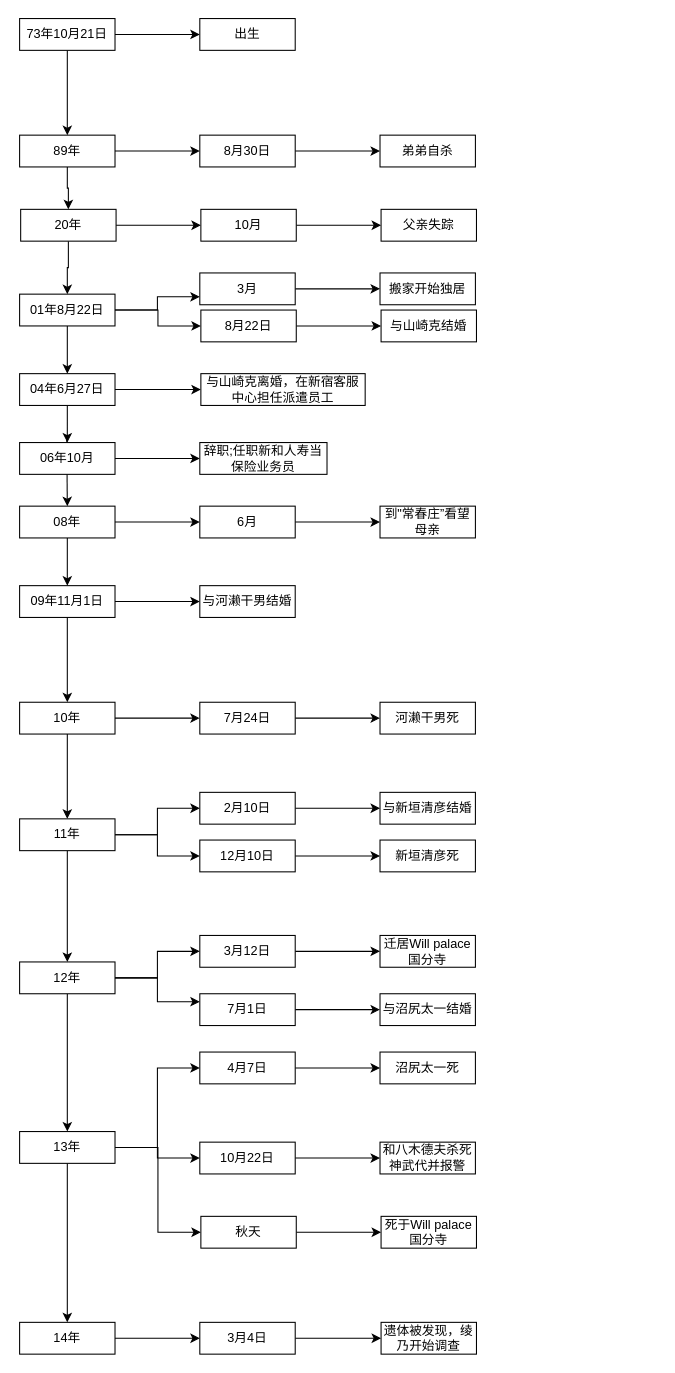
Earlier version of the draw.io diagram 绝叫/《绝叫》时间线.drawio (adangran/diagrams). Source tidied: cells renumbered, new cells numbered last; positions are measured from the earlier drawing's top-left corner, leaving out a move shared by most shapes. Both pictures are drawn from the tidied source at 106%, with x=0, y=0 at pixel (19, 18).
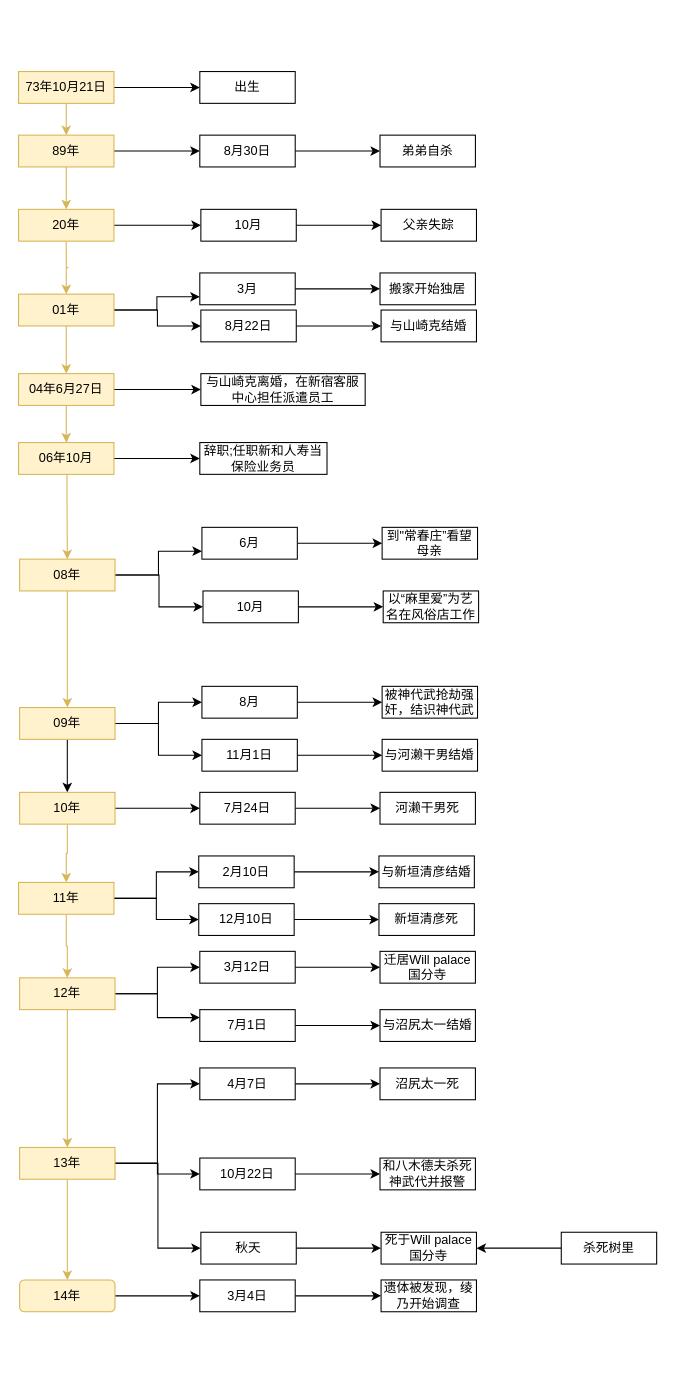
The same diagram, later.

Diff of the diagram source:
```diff
@@
-    <mxCell id="3" style="edgeStyle=orthogonalEdgeStyle;rounded=0;jettySize=auto;html=1;" parent="1" edge="1" source="4" target="77">
+    <mxCell id="3" style="edgeStyle=orthogonalEdgeStyle;rounded=0;jettySize=auto;html=1;fillColor=#fff2cc;strokeColor=#d6b656;sketch=0;" parent="1" edge="1" source="4" target="77">
       <mxGeometry relative="1" as="geometry" />
     </mxCell>
-    <mxCell id="4" value="73年10月21日" style="rounded=0;whiteSpace=wrap;html=1;" parent="1" vertex="1">
-      <mxGeometry width="90" height="30" as="geometry" />
+    <mxCell id="4" value="73年10月21日" style="rounded=0;whiteSpace=wrap;html=1;fillColor=#fff2cc;strokeColor=#d6b656;sketch=0;" parent="1" vertex="1">
+      <mxGeometry x="-1" y="50" width="90" height="30" as="geometry" />
     </mxCell>
     <mxCell id="5" value="出生" style="rounded=0;whiteSpace=wrap;html=1;" parent="1" vertex="1">
-      <mxGeometry x="170" width="90" height="30" as="geometry" />
+      <mxGeometry x="170" y="50" width="90" height="30" as="geometry" />
     </mxCell>
@@
-    <mxCell id="7" style="edgeStyle=orthogonalEdgeStyle;rounded=0;jettySize=auto;html=1;exitX=0.5;exitY=1;exitDx=0;exitDy=0;" parent="1" edge="1" source="9" target="15">
+    <mxCell id="7" style="edgeStyle=orthogonalEdgeStyle;rounded=0;jettySize=auto;html=1;exitX=0.5;exitY=1;exitDx=0;exitDy=0;fillColor=#fff2cc;strokeColor=#d6b656;sketch=0;" parent="1" edge="1" source="9" target="15">
       <mxGeometry relative="1" as="geometry" />
     </mxCell>
@@
-    <mxCell id="9" value="01年8月22日" style="rounded=0;whiteSpace=wrap;html=1;" parent="1" vertex="1">
-      <mxGeometry y="260" width="90" height="30" as="geometry" />
+    <mxCell id="9" value="01年" style="rounded=0;whiteSpace=wrap;html=1;fillColor=#fff2cc;strokeColor=#d6b656;sketch=0;" parent="1" vertex="1">
+      <mxGeometry x="-1" y="260" width="90" height="30" as="geometry" />
     </mxCell>
@@
-    <mxCell id="13" style="edgeStyle=orthogonalEdgeStyle;rounded=0;jettySize=auto;html=1;exitX=0.5;exitY=1;exitDx=0;exitDy=0;entryX=0.5;entryY=0;entryDx=0;entryDy=0;" parent="1" edge="1" target="68">
+    <mxCell id="13" style="edgeStyle=orthogonalEdgeStyle;rounded=0;jettySize=auto;html=1;exitX=0.5;exitY=1;exitDx=0;exitDy=0;entryX=0.5;entryY=0;entryDx=0;entryDy=0;fillColor=#fff2cc;strokeColor=#d6b656;sketch=0;" parent="1" edge="1" target="68">
       <mxGeometry relative="1" as="geometry">
         <mxPoint x="44.5" y="395" as="sourcePoint" />
       </mxGeometry>
     </mxCell>
-    <mxCell id="14" style="edgeStyle=orthogonalEdgeStyle;rounded=0;jettySize=auto;html=1;exitX=0.5;exitY=1;exitDx=0;exitDy=0;" parent="1" edge="1" source="15" target="64">
+    <mxCell id="14" style="edgeStyle=orthogonalEdgeStyle;rounded=0;jettySize=auto;html=1;exitX=0.5;exitY=1;exitDx=0;exitDy=0;fillColor=#fff2cc;strokeColor=#d6b656;sketch=0;" parent="1" edge="1" source="15" target="64">
       <mxGeometry relative="1" as="geometry" />
     </mxCell>
-    <mxCell id="15" value="04年6月27日" style="rounded=0;whiteSpace=wrap;html=1;" parent="1" vertex="1">
-      <mxGeometry y="335" width="90" height="30" as="geometry" />
+    <mxCell id="15" value="04年6月27日" style="rounded=0;whiteSpace=wrap;html=1;fillColor=#fff2cc;strokeColor=#d6b656;sketch=0;" parent="1" vertex="1">
+      <mxGeometry x="-1" y="335" width="90" height="30" as="geometry" />
     </mxCell>
@@
+    <mxCell id="18" style="edgeStyle=orthogonalEdgeStyle;rounded=0;sketch=0;jettySize=auto;html=1;exitX=0.5;exitY=1;exitDx=0;exitDy=0;entryX=0.5;entryY=0;entryDx=0;entryDy=0;startArrow=none;startFill=0;" parent="1" edge="1" source="19" target="23">
+      <mxGeometry relative="1" as="geometry" />
+    </mxCell>
+    <mxCell id="91" style="edgeStyle=orthogonalEdgeStyle;rounded=0;sketch=0;jettySize=auto;html=1;exitX=1;exitY=0.5;exitDx=0;exitDy=0;startArrow=none;startFill=0;" parent="1" edge="1" source="19" target="101">
+      <mxGeometry relative="1" as="geometry" />
+    </mxCell>
-    <mxCell id="17" style="edgeStyle=orthogonalEdgeStyle;rounded=0;jettySize=auto;html=1;" parent="1" edge="1" source="19" target="20">
+    <mxCell id="17" style="edgeStyle=orthogonalEdgeStyle;rounded=0;sketch=0;jettySize=auto;html=1;exitX=1;exitY=0.5;exitDx=0;exitDy=0;entryX=0;entryY=0.5;entryDx=0;entryDy=0;startArrow=none;startFill=0;" parent="1" edge="1" source="19" target="20">
       <mxGeometry relative="1" as="geometry" />
     </mxCell>
-    <mxCell id="18" style="edgeStyle=orthogonalEdgeStyle;rounded=0;jettySize=auto;html=1;" parent="1" edge="1" source="19" target="23">
-      <mxGeometry relative="1" as="geometry" />
-    </mxCell>
-    <mxCell id="19" value="09年11月1日" style="rounded=0;whiteSpace=wrap;html=1;" parent="1" vertex="1">
-      <mxGeometry y="535" width="90" height="30" as="geometry" />
+    <mxCell id="19" value="09年" style="rounded=0;whiteSpace=wrap;html=1;fillColor=#fff2cc;strokeColor=#d6b656;sketch=0;" parent="1" vertex="1">
+      <mxGeometry y="650" width="90" height="30" as="geometry" />
     </mxCell>
+    <mxCell id="92" style="edgeStyle=orthogonalEdgeStyle;rounded=0;sketch=0;jettySize=auto;html=1;startArrow=none;startFill=0;" parent="1" edge="1" source="20" target="98">
+      <mxGeometry relative="1" as="geometry" />
+    </mxCell>
-    <mxCell id="20" value="与河濑干男结婚" style="rounded=0;whiteSpace=wrap;html=1;" parent="1" vertex="1">
-      <mxGeometry x="170" y="535" width="90" height="30" as="geometry" />
+    <mxCell id="20" value="11月1日" style="rounded=0;whiteSpace=wrap;html=1;" parent="1" vertex="1">
+      <mxGeometry x="172" y="680" width="90" height="30" as="geometry" />
     </mxCell>
@@
-    <mxCell id="22" style="edgeStyle=orthogonalEdgeStyle;rounded=0;jettySize=auto;html=1;" parent="1" edge="1" source="23" target="30">
+    <mxCell id="22" style="edgeStyle=orthogonalEdgeStyle;rounded=0;jettySize=auto;html=1;fillColor=#fff2cc;strokeColor=#d6b656;sketch=0;" parent="1" edge="1" source="23" target="30">
       <mxGeometry relative="1" as="geometry" />
     </mxCell>
-    <mxCell id="23" value="10年" style="rounded=0;whiteSpace=wrap;html=1;" parent="1" vertex="1">
-      <mxGeometry y="645" width="90" height="30" as="geometry" />
+    <mxCell id="23" value="10年" style="rounded=0;whiteSpace=wrap;html=1;fillColor=#fff2cc;strokeColor=#d6b656;sketch=0;" parent="1" vertex="1">
+      <mxGeometry y="730" width="90" height="30" as="geometry" />
     </mxCell>
@@
     <mxCell id="25" value="7月24日" style="rounded=0;whiteSpace=wrap;html=1;" parent="1" vertex="1">
-      <mxGeometry x="170" y="645" width="90" height="30" as="geometry" />
+      <mxGeometry x="170" y="730" width="90" height="30" as="geometry" />
     </mxCell>
     <mxCell id="26" value="河濑干男死" style="rounded=0;whiteSpace=wrap;html=1;" parent="1" vertex="1">
-      <mxGeometry x="340" y="645" width="90" height="30" as="geometry" />
+      <mxGeometry x="340" y="730" width="90" height="30" as="geometry" />
     </mxCell>
@@
-    <mxCell id="29" style="edgeStyle=orthogonalEdgeStyle;rounded=0;jettySize=auto;html=1;" parent="1" edge="1" source="30" target="40">
+    <mxCell id="29" style="edgeStyle=orthogonalEdgeStyle;rounded=0;jettySize=auto;html=1;fillColor=#fff2cc;strokeColor=#d6b656;sketch=0;" parent="1" edge="1" source="30" target="40">
       <mxGeometry relative="1" as="geometry" />
     </mxCell>
-    <mxCell id="30" value="11年" style="rounded=0;whiteSpace=wrap;html=1;" parent="1" vertex="1">
-      <mxGeometry y="755" width="90" height="30" as="geometry" />
+    <mxCell id="30" value="11年" style="rounded=0;whiteSpace=wrap;html=1;fillColor=#fff2cc;strokeColor=#d6b656;sketch=0;" parent="1" vertex="1">
+      <mxGeometry x="-1" y="815" width="90" height="30" as="geometry" />
     </mxCell>
@@
     <mxCell id="32" value="2月10日" style="rounded=0;whiteSpace=wrap;html=1;" parent="1" vertex="1">
-      <mxGeometry x="170" y="730" width="90" height="30" as="geometry" />
+      <mxGeometry x="169" y="790" width="90" height="30" as="geometry" />
     </mxCell>
     <mxCell id="33" value="与新垣清彦结婚" style="rounded=0;whiteSpace=wrap;html=1;" parent="1" vertex="1">
-      <mxGeometry x="340" y="730" width="90" height="30" as="geometry" />
+      <mxGeometry x="339" y="790" width="90" height="30" as="geometry" />
     </mxCell>
@@
     <mxCell id="35" value="12月10日" style="rounded=0;whiteSpace=wrap;html=1;" parent="1" vertex="1">
-      <mxGeometry x="170" y="775" width="90" height="30" as="geometry" />
+      <mxGeometry x="169" y="835" width="90" height="30" as="geometry" />
     </mxCell>
     <mxCell id="36" value="新垣清彦死" style="rounded=0;whiteSpace=wrap;html=1;" parent="1" vertex="1">
-      <mxGeometry x="340" y="775" width="90" height="30" as="geometry" />
+      <mxGeometry x="339" y="835" width="90" height="30" as="geometry" />
     </mxCell>
@@
-    <mxCell id="38" style="edgeStyle=orthogonalEdgeStyle;rounded=0;jettySize=auto;html=1;" parent="1" edge="1" source="40" target="51">
+    <mxCell id="38" style="edgeStyle=orthogonalEdgeStyle;rounded=0;jettySize=auto;html=1;fillColor=#fff2cc;strokeColor=#d6b656;sketch=0;" parent="1" edge="1" source="40" target="51">
       <mxGeometry relative="1" as="geometry" />
     </mxCell>
@@
-    <mxCell id="40" value="12年" style="rounded=0;whiteSpace=wrap;html=1;" parent="1" vertex="1">
-      <mxGeometry y="890" width="90" height="30" as="geometry" />
+    <mxCell id="40" value="12年" style="rounded=0;whiteSpace=wrap;html=1;fillColor=#fff2cc;strokeColor=#d6b656;sketch=0;" parent="1" vertex="1">
+      <mxGeometry y="905" width="90" height="30" as="geometry" />
     </mxCell>
@@
     <mxCell id="42" value="3月12日" style="rounded=0;whiteSpace=wrap;html=1;" parent="1" vertex="1">
-      <mxGeometry x="170" y="865" width="90" height="30" as="geometry" />
+      <mxGeometry x="170" y="880" width="90" height="30" as="geometry" />
     </mxCell>
     <mxCell id="43" value="迁居Will palace国分寺" style="rounded=0;whiteSpace=wrap;html=1;" parent="1" vertex="1">
-      <mxGeometry x="340" y="865" width="90" height="30" as="geometry" />
+      <mxGeometry x="340" y="880" width="90" height="30" as="geometry" />
     </mxCell>
@@
     <mxCell id="45" value="7月1日" style="rounded=0;whiteSpace=wrap;html=1;" parent="1" vertex="1">
-      <mxGeometry x="170" y="920" width="90" height="30" as="geometry" />
+      <mxGeometry x="170" y="935" width="90" height="30" as="geometry" />
     </mxCell>
     <mxCell id="46" value="与沼尻太一结婚" style="rounded=0;whiteSpace=wrap;html=1;" parent="1" vertex="1">
-      <mxGeometry x="340" y="920" width="90" height="30" as="geometry" />
+      <mxGeometry x="340" y="935" width="90" height="30" as="geometry" />
     </mxCell>
     <mxCell id="47" style="edgeStyle=orthogonalEdgeStyle;rounded=0;jettySize=auto;html=1;" parent="1" edge="1" source="51" target="53">
       <mxGeometry relative="1" as="geometry">
         <Array as="points">
-          <mxPoint x="130" y="1065" />
-          <mxPoint x="130" y="990" />
+          <mxPoint x="130" y="1080" />
+          <mxPoint x="130" y="1005" />
         </Array>
       </mxGeometry>
     </mxCell>
@@
-    <mxCell id="49" style="edgeStyle=orthogonalEdgeStyle;rounded=0;jettySize=auto;html=1;" parent="1" edge="1" source="51" target="59">
+    <mxCell id="49" style="edgeStyle=orthogonalEdgeStyle;rounded=0;jettySize=auto;html=1;fillColor=#fff2cc;strokeColor=#d6b656;" parent="1" edge="1" source="51" target="59">
       <mxGeometry relative="1" as="geometry" />
     </mxCell>
@@
-    <mxCell id="51" value="13年" style="rounded=0;whiteSpace=wrap;html=1;" parent="1" vertex="1">
-      <mxGeometry y="1050" width="90" height="30" as="geometry" />
+    <mxCell id="51" value="13年" style="rounded=0;whiteSpace=wrap;html=1;fillColor=#fff2cc;strokeColor=#d6b656;sketch=0;" parent="1" vertex="1">
+      <mxGeometry y="1065" width="90" height="30" as="geometry" />
     </mxCell>
@@
     <mxCell id="53" value="4月7日" style="rounded=0;whiteSpace=wrap;html=1;" parent="1" vertex="1">
-      <mxGeometry x="170" y="975" width="90" height="30" as="geometry" />
+      <mxGeometry x="170" y="990" width="90" height="30" as="geometry" />
     </mxCell>
     <mxCell id="54" value="沼尻太一死" style="rounded=0;whiteSpace=wrap;html=1;" parent="1" vertex="1">
-      <mxGeometry x="340" y="975" width="90" height="30" as="geometry" />
+      <mxGeometry x="340" y="990" width="90" height="30" as="geometry" />
     </mxCell>
@@
     <mxCell id="56" value="秋天" style="rounded=0;whiteSpace=wrap;html=1;" parent="1" vertex="1">
-      <mxGeometry x="171" y="1130" width="90" height="30" as="geometry" />
+      <mxGeometry x="171" y="1145" width="90" height="30" as="geometry" />
     </mxCell>
+    <mxCell id="93" style="edgeStyle=orthogonalEdgeStyle;rounded=0;sketch=0;jettySize=auto;html=1;startArrow=none;startFill=0;" parent="1" edge="1" source="99" target="57">
+      <mxGeometry relative="1" as="geometry" />
+    </mxCell>
     <mxCell id="57" value="死于Will palace国分寺" style="rounded=0;whiteSpace=wrap;html=1;" parent="1" vertex="1">
-      <mxGeometry x="341" y="1130" width="90" height="30" as="geometry" />
+      <mxGeometry x="341" y="1145" width="90" height="30" as="geometry" />
     </mxCell>
@@
-    <mxCell id="59" value="14年" style="rounded=0;whiteSpace=wrap;html=1;" parent="1" vertex="1">
-      <mxGeometry y="1230" width="90" height="30" as="geometry" />
+    <mxCell id="59" value="14年" style="rounded=1;whiteSpace=wrap;html=1;fillColor=#fff2cc;strokeColor=#d6b656;" parent="1" vertex="1">
+      <mxGeometry y="1190" width="90" height="30" as="geometry" />
     </mxCell>
@@
     <mxCell id="61" value="3月4日" style="rounded=0;whiteSpace=wrap;html=1;" parent="1" vertex="1">
-      <mxGeometry x="170" y="1230" width="90" height="30" as="geometry" />
+      <mxGeometry x="170" y="1190" width="90" height="30" as="geometry" />
     </mxCell>
     <mxCell id="62" value="遗体被发现，绫乃开始调查" style="rounded=0;whiteSpace=wrap;html=1;" parent="1" vertex="1">
-      <mxGeometry x="341" y="1230" width="90" height="30" as="geometry" />
+      <mxGeometry x="341" y="1190" width="90" height="30" as="geometry" />
     </mxCell>
@@
-    <mxCell id="64" value="06年10月" style="rounded=0;whiteSpace=wrap;html=1;" parent="1" vertex="1">
-      <mxGeometry y="400" width="90" height="30" as="geometry" />
+    <mxCell id="64" value="06年10月" style="rounded=0;whiteSpace=wrap;html=1;fillColor=#fff2cc;strokeColor=#d6b656;sketch=0;" parent="1" vertex="1">
+      <mxGeometry x="-1" y="400" width="90" height="30" as="geometry" />
     </mxCell>
@@
+    <mxCell id="67" style="edgeStyle=orthogonalEdgeStyle;rounded=0;jettySize=auto;html=1;exitX=0.5;exitY=1;exitDx=0;exitDy=0;entryX=0.5;entryY=0;entryDx=0;entryDy=0;fillColor=#fff2cc;strokeColor=#d6b656;sketch=0;" parent="1" edge="1" source="68" target="19">
+      <mxGeometry relative="1" as="geometry" />
+    </mxCell>
-    <mxCell id="66" style="edgeStyle=orthogonalEdgeStyle;rounded=0;jettySize=auto;html=1;" parent="1" edge="1" source="68" target="70">
+    <mxCell id="66" style="edgeStyle=orthogonalEdgeStyle;rounded=0;sketch=0;jettySize=auto;html=1;exitX=1;exitY=0.5;exitDx=0;exitDy=0;entryX=0;entryY=0.75;entryDx=0;entryDy=0;startArrow=none;startFill=0;" parent="1" edge="1" source="68" target="70">
       <mxGeometry relative="1" as="geometry" />
     </mxCell>
-    <mxCell id="67" style="edgeStyle=orthogonalEdgeStyle;rounded=0;jettySize=auto;html=1;exitX=0.5;exitY=1;exitDx=0;exitDy=0;entryX=0.5;entryY=0;entryDx=0;entryDy=0;" parent="1" edge="1" source="68" target="19">
-      <mxGeometry relative="1" as="geometry" />
-    </mxCell>
+    <mxCell id="94" style="edgeStyle=orthogonalEdgeStyle;rounded=0;sketch=0;jettySize=auto;html=1;exitX=1;exitY=0.5;exitDx=0;exitDy=0;entryX=0;entryY=0.5;entryDx=0;entryDy=0;startArrow=none;startFill=0;" parent="1" edge="1" source="68" target="96">
+      <mxGeometry relative="1" as="geometry" />
+    </mxCell>
-    <mxCell id="68" value="08年" style="rounded=0;whiteSpace=wrap;html=1;" parent="1" vertex="1">
-      <mxGeometry y="460" width="90" height="30" as="geometry" />
+    <mxCell id="68" value="08年" style="rounded=0;whiteSpace=wrap;html=1;fillColor=#fff2cc;strokeColor=#d6b656;sketch=0;" parent="1" vertex="1">
+      <mxGeometry y="510" width="90" height="30" as="geometry" />
     </mxCell>
@@
     <mxCell id="70" value="6月" style="rounded=0;whiteSpace=wrap;html=1;" parent="1" vertex="1">
-      <mxGeometry x="170" y="460" width="90" height="30" as="geometry" />
+      <mxGeometry x="172" y="480" width="90" height="30" as="geometry" />
     </mxCell>
     <mxCell id="71" value="到&quot;常春庄”看望母亲" style="rounded=0;whiteSpace=wrap;html=1;" parent="1" vertex="1">
-      <mxGeometry x="340" y="460" width="90" height="30" as="geometry" />
+      <mxGeometry x="342" y="480" width="90" height="30" as="geometry" />
     </mxCell>
@@
     <mxCell id="73" value="10月22日" style="rounded=0;whiteSpace=wrap;html=1;" parent="1" vertex="1">
-      <mxGeometry x="170" y="1060" width="90" height="30" as="geometry" />
+      <mxGeometry x="170" y="1075" width="90" height="30" as="geometry" />
     </mxCell>
     <mxCell id="74" value="和八木德夫杀死神武代并报警" style="rounded=0;whiteSpace=wrap;html=1;" parent="1" vertex="1">
-      <mxGeometry x="340" y="1060" width="90" height="30" as="geometry" />
+      <mxGeometry x="340" y="1075" width="90" height="30" as="geometry" />
     </mxCell>
@@
-    <mxCell id="76" style="edgeStyle=orthogonalEdgeStyle;rounded=0;jettySize=auto;html=1;" parent="1" edge="1" source="77" target="83">
+    <mxCell id="76" style="edgeStyle=orthogonalEdgeStyle;rounded=0;jettySize=auto;html=1;exitX=0.5;exitY=1;exitDx=0;exitDy=0;fillColor=#fff2cc;strokeColor=#d6b656;sketch=0;" parent="1" edge="1" source="77" target="83">
       <mxGeometry relative="1" as="geometry" />
     </mxCell>
-    <mxCell id="77" value="89年" style="rounded=0;whiteSpace=wrap;html=1;" parent="1" vertex="1">
-      <mxGeometry y="110" width="90" height="30" as="geometry" />
+    <mxCell id="77" value="89年" style="rounded=0;whiteSpace=wrap;html=1;fillColor=#fff2cc;strokeColor=#d6b656;sketch=0;" parent="1" vertex="1">
+      <mxGeometry x="-1" y="110" width="90" height="30" as="geometry" />
     </mxCell>
@@
-    <mxCell id="82" style="edgeStyle=orthogonalEdgeStyle;rounded=0;jettySize=auto;html=1;exitX=0.5;exitY=1;exitDx=0;exitDy=0;entryX=0.5;entryY=0;entryDx=0;entryDy=0;" parent="1" edge="1" source="83" target="9">
-      <mxGeometry relative="1" as="geometry" />
+    <mxCell id="82" style="edgeStyle=orthogonalEdgeStyle;rounded=0;jettySize=auto;html=1;exitX=0.5;exitY=1;exitDx=0;exitDy=0;entryX=0.5;entryY=0;entryDx=0;entryDy=0;fillColor=#fff2cc;strokeColor=#d6b656;sketch=0;" parent="1" edge="1" source="83" target="9">
+      <mxGeometry relative="1" as="geometry">
+        <Array as="points">
+          <mxPoint x="46" y="235" />
+          <mxPoint x="45" y="235" />
+        </Array>
+      </mxGeometry>
     </mxCell>
-    <mxCell id="83" value="20年" style="rounded=0;whiteSpace=wrap;html=1;" parent="1" vertex="1">
-      <mxGeometry x="1" y="180" width="90" height="30" as="geometry" />
+    <mxCell id="83" value="20年" style="rounded=0;whiteSpace=wrap;html=1;fillColor=#fff2cc;strokeColor=#d6b656;sketch=0;" parent="1" vertex="1">
+      <mxGeometry x="-1" y="180" width="90" height="30" as="geometry" />
     </mxCell>
@@
+    <mxCell id="95" style="edgeStyle=orthogonalEdgeStyle;rounded=0;sketch=0;jettySize=auto;html=1;startArrow=none;startFill=0;" parent="1" edge="1" source="96" target="97">
+      <mxGeometry relative="1" as="geometry" />
+    </mxCell>
+    <mxCell id="96" value="10月" style="rounded=0;whiteSpace=wrap;html=1;" parent="1" vertex="1">
+      <mxGeometry x="173" y="540" width="90" height="30" as="geometry" />
+    </mxCell>
+    <mxCell id="97" value="以“麻里爱”为艺名在风俗店工作" style="rounded=0;whiteSpace=wrap;html=1;" parent="1" vertex="1">
+      <mxGeometry x="343" y="540" width="90" height="30" as="geometry" />
+    </mxCell>
+    <mxCell id="98" value="与河濑干男结婚" style="rounded=0;whiteSpace=wrap;html=1;" parent="1" vertex="1">
+      <mxGeometry x="342" y="680" width="90" height="30" as="geometry" />
+    </mxCell>
+    <mxCell id="99" value="杀死树里" style="rounded=0;whiteSpace=wrap;html=1;direction=west;" parent="1" vertex="1">
+      <mxGeometry x="511" y="1145" width="90" height="30" as="geometry" />
+    </mxCell>
+    <mxCell id="100" style="edgeStyle=orthogonalEdgeStyle;rounded=0;sketch=0;jettySize=auto;html=1;startArrow=none;startFill=0;" parent="1" edge="1" source="101" target="102">
+      <mxGeometry relative="1" as="geometry" />
+    </mxCell>
+    <mxCell id="101" value="8月" style="rounded=0;whiteSpace=wrap;html=1;" parent="1" vertex="1">
+      <mxGeometry x="172" y="630" width="90" height="30" as="geometry" />
+    </mxCell>
+    <mxCell id="102" value="被神代武抢劫强奸，结识神代武" style="rounded=0;whiteSpace=wrap;html=1;" parent="1" vertex="1">
+      <mxGeometry x="342" y="630" width="90" height="30" as="geometry" />
+    </mxCell>
```
